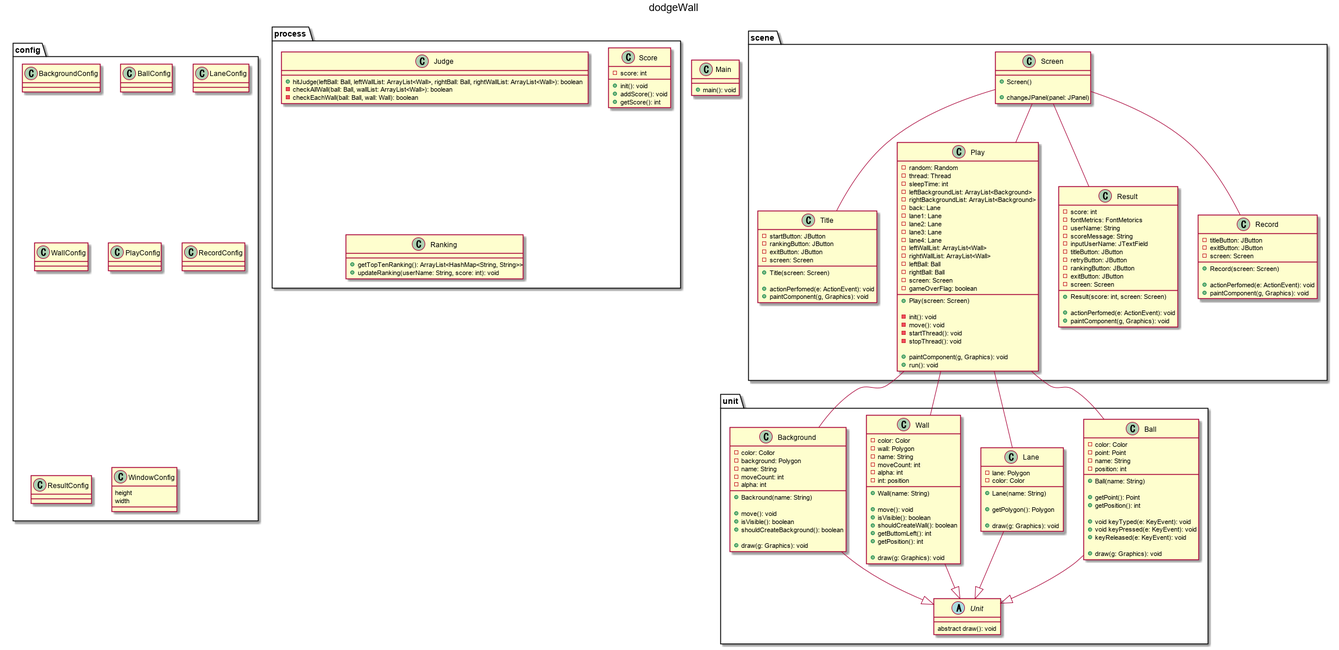
This is documents/uml/class/class.png from tokutatsu/DodgeWall, a PlantUML export, as it was before one commit. The source it was exported from:
```plantuml
@startuml class
title dodgeWall

class Main {
    + main(): void
}

package unit {
    abstract Unit {
        abstract draw(): void
    }

    class Ball {
        - color: Color
        - point: Point
        - name: String
        - position: int

        + Ball(name: String)

        + getPoint(): Point
        + getPosition(): int

        + void keyTyped(e: KeyEvent): void
        + void keyPressed(e: KeyEvent): void
        + keyReleased(e: KeyEvent): void

        + draw(g: Graphics): void
    }

    class Lane {
        - lane: Polygon
        - color: Color

        + Lane(name: String)

        + getPolygon(): Polygon

        + draw(g: Graphics): void
    }

    class Wall {
        - color: Color
        - wall: Polygon
        - name: String
        - moveCount: int
        - alpha: int
        - int: position

        + Wall(name: String)

        + move(): void
        + isVisible(): boolean
        + shouldCreateWall(): boolean
        + getButtomLeft(): int
        + getPosition(): int

        + draw(g: Graphics): void
    }

    class Background {
        - color: Collor
        - background: Polygon
        - name: String
        - moveCount: int
        - alpha: int

        + Backround(name: String)

        + move(): void
        + isVisible(): boolean
        + shouldCreateBackground(): boolean

        + draw(g: Graphics): void
    }
}

package config {
    class BackgroundConfig {

    }

    class BallConfig {

    }

    class LaneConfig {

    }

    class WallConfig {

    }

    class PlayConfig {

    }

    class RecordConfig {

    }

    class ResultConfig {

    }

    class WindowConfig {
        height
        width
    }
}

package scene {
    class Screen {
        + Screen()

        + changeJPanel(panel: JPanel)
    }

    class Title {
        - startButton: JButton
        - rankingButton: JButton
        - exitButton: JButton
        - screen: Screen

        + Title(screen: Screen)

        + actionPerfomed(e: ActionEvent): void
        + paintComponent(g, Graphics): void
    }

    class Play {
        - random: Random
        - thread: Thread
        - sleepTime: int
        - leftBackgroundList: ArrayList<Background>
        - rightBackgroundList: ArrayList<Background>
        - back: Lane
        - lane1: Lane
        - lane2: Lane
        - lane3: Lane
        - lane4: Lane
        - leftWallList: ArrayList<Wall>
        - rightWallList: ArrayList<Wall>
        - leftBall: Ball
        - rightBall: Ball
        - screen: Screen
        - gameOverFlag: boolean

        + Play(screen: Screen)

        - init(): void
        - move(): void
        - startThread(): void
        - stopThread(): void

        + paintComponent(g, Graphics): void
        + run(): void
    }

    class Result {
        - score: int
        - fontMetrics: FontMetorics
        - userName: String
        - scoreMessage: String
        - inputUserName: JTextField
        - titleButton: JButton
        - retryButton: JButton
        - rankingButton: JButton
        - exitButton: JButton
        - screen: Screen

        + Result(score: int, screen: Screen)

        + actionPerfomed(e: ActionEvent): void
        + paintComponent(g, Graphics): void
    }

    class Record {
        - titleButton: JButton
        - exitButton: JButton
        - screen: Screen

        + Record(screen: Screen)

        + actionPerfomed(e: ActionEvent): void
        + paintComponent(g, Graphics): void
    }
}

package process {
    class Judge {
        + hitJudge(leftBall: Ball, leftWallList: ArrayList<Wall>, rightBall: Ball, rightWallList: ArrayList<Wall>): boolean
        - checkAllWall(ball: Ball, wallList: ArrayList<Wall>): boolean
        - checkEachWall(ball: Ball, wall: Wall): boolean
    }

    class Score {
        - score: int

        + init(): void
        + addScore(): void
        + getScore(): int
    }

    class Ranking {
        + getTopTenRanking(): ArrayList<HashMap<String, String>>
        + updateRanking(userName: String, score: int): void
    }
}

Ball --|> Unit
Wall --|> Unit
Lane --|> Unit
Background --|> Unit

Play -- Ball
Play -- Wall
Play -- Lane
Play -- Background

Screen -- Title
Screen -- Play
Screen -- Result
Screen -- Record

@enduml
```
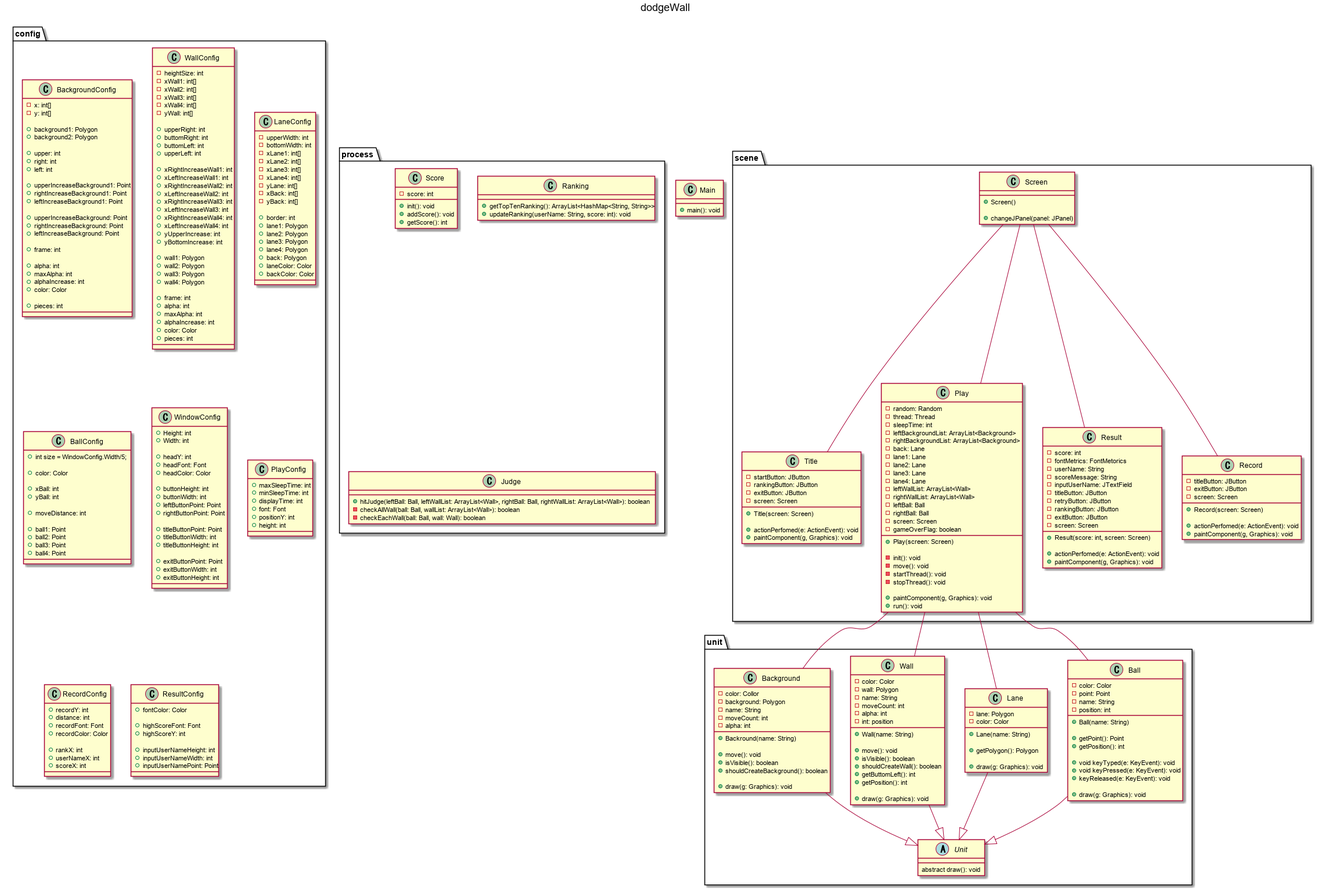
Above is the later version.

Commit message:
クラス図を完成させた #3

Diff of the diagram source:
```diff
@@ -77,36 +77,159 @@
 
 package config {
     class BackgroundConfig {
+        - x: int[]
+        - y: int[]
 
+        + background1: Polygon
+        + background2: Polygon
+
+        + upper: int
+        + right: int
+        + left: int
+
+        + upperIncreaseBackground1: Point
+        + rightIncreaseBackground1: Point
+        + leftIncreaseBackground1: Point
+
+        + upperIncreaseBackground: Point
+        + rightIncreaseBackground: Point
+        + leftIncreaseBackground: Point
+
+        + frame: int
+
+        + alpha: int
+        + maxAlpha: int
+        + alphaIncrease: int
+        + color: Color
+
+        + pieces: int
+    }
+
+    class WallConfig {
+        - heightSize: int
+        - xWall1: int[]
+        - xWall2: int[]
+        - xWall3: int[]
+        - xWall4: int[]
+        - yWall: int[]
+
+        + upperRight: int
+        + buttomRight: int
+        + buttomLeft: int
+        + upperLeft: int
+
+        + xRightIncreaseWall1: int
+        + xLeftIncreaseWall1: int
+        + xRightIncreaseWall2: int
+        + xLeftIncreaseWall2: int
+        + xRightIncreaseWall3: int
+        + xLeftIncreaseWall3: int
+        + xRightIncreaseWall4: int
+        + xLeftIncreaseWall4: int
+        + yUpperIncrease: int
+        + yBottomIncrease: int
+
+        + wall1: Polygon
+        + wall2: Polygon
+        + wall3: Polygon
+        + wall4: Polygon
+
+        + frame: int
+        + alpha: int
+        + maxAlpha: int
+        + alphaIncrease: int
+        + color: Color
+        + pieces: int
+    }
+
+    class LaneConfig {
+        - upperWidth: int
+        - bottomWidth: int
+        - xLane1: int[]
+        - xLane2: int[]
+        - xLane3: int[]
+        - xLane4: int[]
+        - yLane: int[]
+        - xBack: int[]
+        - yBack: int[]
+
+        + border: int
+        + lane1: Polygon
+        + lane2: Polygon
+        + lane3: Polygon
+        + lane4: Polygon
+        + back: Polygon
+        + laneColor: Color
+        + backColor: Color
     }
 
     class BallConfig {
+        + int size = WindowConfig.Width/5;
 
+        + color: Color
+
+        + xBall: int
+        + yBall: int
+
+        + moveDistance: int
+
+        + ball1: Point
+        + ball2: Point
+        + ball3: Point
+        + ball4: Point
     }
 
-    class LaneConfig {
+    class WindowConfig {
+        + Height: int
+        + Width: int
 
-    }
+        + headY: int
+        + headFont: Font
+        + headColor: Color
 
-    class WallConfig {
+        + buttonHeight: int
+        + buttonWidth: int
+        + leftButtonPoint: Point
+        + rightButtonPoint: Point
 
+        + titleButtonPoint: Point
+        + titleButtonWidth: int
+        + titleButtonHeight: int
+
+        + exitButtonPoint: Point
+        + exitButtonWidth: int
+        + exitButtonHeight: int
     }
 
     class PlayConfig {
-
+        + maxSleepTime: int
+        + minSleepTime: int
+        + displayTime: int
+        + font: Font
+        + positionY: int
+        + height: int
     }
 
     class RecordConfig {
+        + recordY: int
+        + distance: int
+        + recordFont: Font
+        + recordColor: Color
 
+        + rankX: int
+        + userNameX: int
+        + scoreX: int
     }
 
     class ResultConfig {
+        + fontColor: Color
 
-    }
+        + highScoreFont: Font
+        + highScoreY: int
 
-    class WindowConfig {
-        height
-        width
+        + inputUserNameHeight: int
+        + inputUserNameWidth: int
+        + inputUserNamePoint: Point
     }
 }
 
@@ -189,12 +312,6 @@
 }
 
 package process {
-    class Judge {
-        + hitJudge(leftBall: Ball, leftWallList: ArrayList<Wall>, rightBall: Ball, rightWallList: ArrayList<Wall>): boolean
-        - checkAllWall(ball: Ball, wallList: ArrayList<Wall>): boolean
-        - checkEachWall(ball: Ball, wall: Wall): boolean
-    }
-
     class Score {
         - score: int
 
@@ -206,6 +323,12 @@
     class Ranking {
         + getTopTenRanking(): ArrayList<HashMap<String, String>>
         + updateRanking(userName: String, score: int): void
+    }
+
+    class Judge {
+        + hitJudge(leftBall: Ball, leftWallList: ArrayList<Wall>, rightBall: Ball, rightWallList: ArrayList<Wall>): boolean
+        - checkAllWall(ball: Ball, wallList: ArrayList<Wall>): boolean
+        - checkEachWall(ball: Ball, wall: Wall): boolean
     }
 }
 
```
